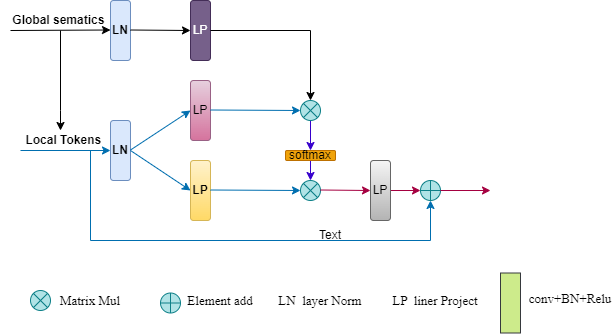
This is laf.png from Abner2672502038/apiserver, a draw.io export, as it was before one commit. Source tidied: cells renumbered, new cells last; positions are measured from the earlier drawing's top-left corner, leaving out a move shared by most shapes.
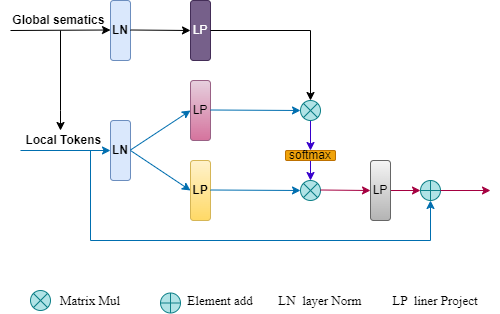
After the commit.

Diff of the diagram source:
```diff
@@ -138,9 +138,6 @@
     <mxCell id="32" value="&lt;font style=&quot;font-size: 13px;&quot; face=&quot;Times New Roman&quot;&gt;Element add&lt;/font&gt;" style="text;strokeColor=none;align=center;fillColor=none;html=1;verticalAlign=middle;whiteSpace=wrap;rounded=0;" parent="1" vertex="1">
       <mxGeometry x="180" y="287.5" width="80" height="25" as="geometry" />
     </mxCell>
-    <mxCell id="33" value="Text" style="text;strokeColor=none;align=center;fillColor=none;html=1;verticalAlign=middle;whiteSpace=wrap;rounded=0;" parent="1" vertex="1">
-      <mxGeometry x="300" y="220" width="60" height="30" as="geometry" />
-    </mxCell>
     <mxCell id="34" style="edgeStyle=orthogonalEdgeStyle;rounded=0;jettySize=auto;html=1;" parent="1" edge="1" source="35" target="36">
       <mxGeometry relative="1" as="geometry">
         <Array as="points">
@@ -161,11 +158,5 @@
     <mxCell id="38" value="&lt;font face=&quot;Times New Roman&quot; style=&quot;font-size: 13px;&quot;&gt;LP&amp;nbsp; liner Project&lt;/font&gt;" style="text;strokeColor=none;align=center;fillColor=none;html=1;verticalAlign=middle;whiteSpace=wrap;rounded=0;" parent="1" vertex="1">
       <mxGeometry x="370" y="292.5" width="130" height="15" as="geometry" />
     </mxCell>
-    <mxCell id="39" style="rounded=0;whiteSpace=wrap;html=1;fillColor=#cdeb8b;strokeColor=#36393d;" parent="1" vertex="1">
-      <mxGeometry x="500" y="272.5" width="20" height="60" as="geometry" />
-    </mxCell>
-    <mxCell id="40" value="&lt;font face=&quot;Times New Roman&quot; style=&quot;font-size: 13px;&quot;&gt;conv+BN+Relu&lt;/font&gt;" style="text;strokeColor=none;align=center;fillColor=none;html=1;verticalAlign=middle;whiteSpace=wrap;rounded=0;" parent="1" vertex="1">
-      <mxGeometry x="530" y="285" width="80" height="25" as="geometry" />
-    </mxCell>
   </root>
 </mxGraphModel>
```
